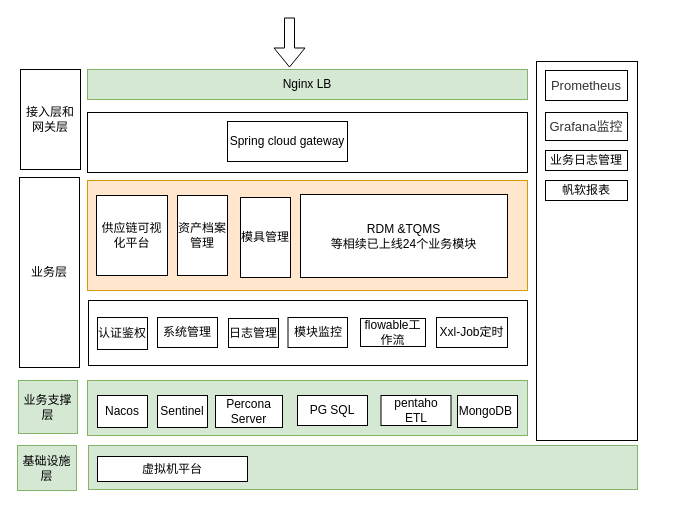
Before: 微服务架构图.drawio in slieer/javaworks, a draw.io diagram. Source tidied: cells renumbered, new cells numbered last; positions are measured from the earlier drawing's top-left corner, leaving out a move shared by most shapes. Both pictures are drawn from the tidied source at 100%, with x=0, y=0 at pixel (17, 17).
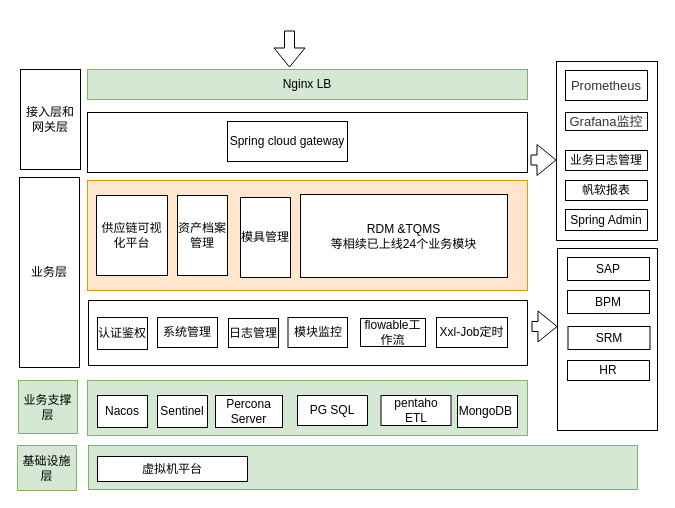
After the change.

Commit message:
Update 微服务架构图.drawio

What changed in the source:
```diff
@@
     <mxCell id="6" style="shape=flexArrow;endArrow=classic;html=1;" parent="1" edge="1">
       <mxGeometry relative="1" as="geometry">
-        <mxPoint x="272" as="sourcePoint" />
+        <mxPoint x="272" y="13" as="sourcePoint" />
         <mxPoint x="272" y="50" as="targetPoint" />
       </mxGeometry>
     </mxCell>
@@
     <mxCell id="31" value="&lt;font color=&quot;#333333&quot; face=&quot;arial&quot;&gt;&lt;span style=&quot;font-size: 13px&quot;&gt;&lt;br&gt;&lt;/span&gt;&lt;/font&gt;" style="rounded=0;whiteSpace=wrap;html=1;" parent="1" vertex="1">
-      <mxGeometry x="519" y="44" width="101" height="379" as="geometry" />
+      <mxGeometry x="539" y="44" width="101" height="179" as="geometry" />
     </mxCell>
     <mxCell id="32" value="&lt;span style=&quot;color: rgb(51, 51, 51); font-family: arial; font-size: 13px;&quot;&gt;Prometheus&lt;/span&gt;" style="rounded=0;whiteSpace=wrap;html=1;" parent="1" vertex="1">
-      <mxGeometry x="528" y="53" width="82" height="30" as="geometry" />
+      <mxGeometry x="548" y="53" width="82" height="30" as="geometry" />
     </mxCell>
     <mxCell id="33" value="&lt;span style=&quot;color: rgb(51, 51, 51); font-family: arial; font-size: 13px;&quot;&gt;Grafana监控&lt;/span&gt;" style="rounded=0;whiteSpace=wrap;html=1;" parent="1" vertex="1">
-      <mxGeometry x="528" y="95" width="82" height="28" as="geometry" />
+      <mxGeometry x="548" y="95" width="82" height="18" as="geometry" />
     </mxCell>
     <mxCell id="34" value="业务日志管理" style="rounded=0;whiteSpace=wrap;html=1;" parent="1" vertex="1">
-      <mxGeometry x="528" y="133" width="82" height="20" as="geometry" />
+      <mxGeometry x="548" y="133" width="82" height="20" as="geometry" />
     </mxCell>
     <mxCell id="35" value="帆软报表" style="rounded=0;whiteSpace=wrap;html=1;" parent="1" vertex="1">
-      <mxGeometry x="528" y="163" width="82" height="20" as="geometry" />
+      <mxGeometry x="548" y="163" width="82" height="20" as="geometry" />
     </mxCell>
+    <mxCell id="36" value="Spring Admin" style="rounded=0;whiteSpace=wrap;html=1;" parent="1" vertex="1">
+      <mxGeometry x="548" y="192" width="82" height="21" as="geometry" />
+    </mxCell>
+    <mxCell id="37" style="rounded=0;whiteSpace=wrap;html=1;" parent="1" vertex="1">
+      <mxGeometry x="540" y="231" width="100" height="182" as="geometry" />
+    </mxCell>
+    <mxCell id="38" value="SAP" style="rounded=0;whiteSpace=wrap;html=1;" parent="1" vertex="1">
+      <mxGeometry x="550" y="240" width="82" height="23" as="geometry" />
+    </mxCell>
+    <mxCell id="39" value="BPM" style="rounded=0;whiteSpace=wrap;html=1;" parent="1" vertex="1">
+      <mxGeometry x="550" y="273" width="82" height="23" as="geometry" />
+    </mxCell>
+    <mxCell id="40" value="SRM" style="rounded=0;whiteSpace=wrap;html=1;" parent="1" vertex="1">
+      <mxGeometry x="550.5" y="309" width="82" height="23" as="geometry" />
+    </mxCell>
+    <mxCell id="41" value="HR" style="rounded=0;whiteSpace=wrap;html=1;" parent="1" vertex="1">
+      <mxGeometry x="550" y="343" width="82" height="20" as="geometry" />
+    </mxCell>
+    <mxCell id="42" style="shape=flexArrow;endArrow=classic;html=1;width=10;endSize=6;" parent="1" edge="1">
+      <mxGeometry relative="1" as="geometry">
+        <mxPoint x="514" y="309" as="sourcePoint" />
+        <mxPoint x="540" y="309" as="targetPoint" />
+      </mxGeometry>
+    </mxCell>
+    <mxCell id="43" style="shape=flexArrow;endArrow=classic;html=1;width=10;endSize=6;" parent="1" edge="1">
+      <mxGeometry relative="1" as="geometry">
+        <mxPoint x="513" y="142.5" as="sourcePoint" />
+        <mxPoint x="539" y="142.5" as="targetPoint" />
+      </mxGeometry>
+    </mxCell>
```
